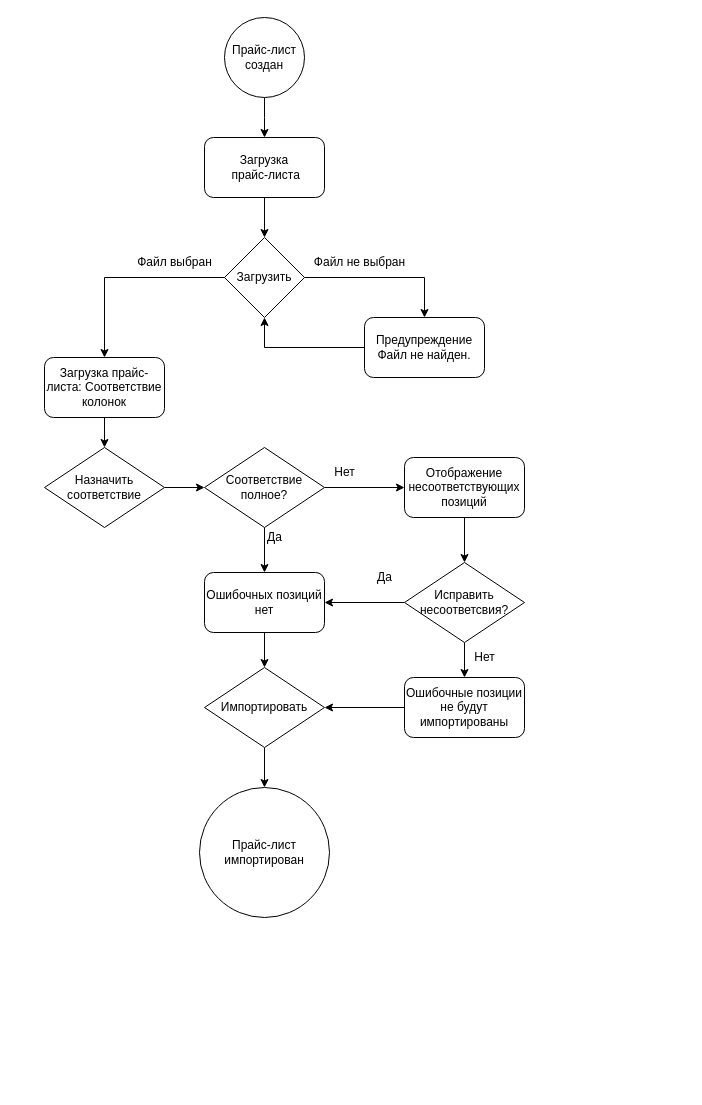
decrent/job4j_elementary keeps this draw.io diagram as Прайс-листы.drawio. Above is the earlier version. Source tidied: cells renumbered, new cells numbered last; positions are measured from the earlier drawing's top-left corner, leaving out a move shared by most shapes. Both pictures are drawn from the tidied source at 100%, with x=0, y=0 at pixel (44, 17).
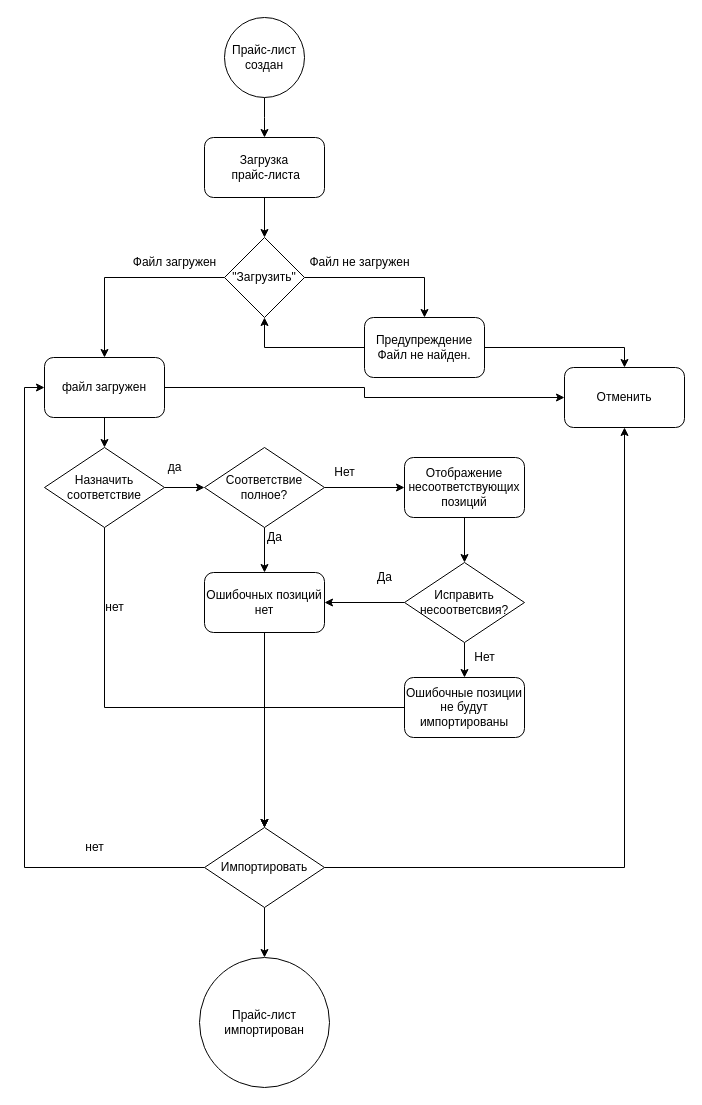
After the change.

Unchanged cells that the change refers to:
```xml
<mxCell id="15" value="Предупреждение Файл не найден." style="rounded=1;whiteSpace=wrap;html=1;" parent="1" vertex="1">
  <mxGeometry x="320" y="300" width="120" height="60" as="geometry" />
</mxCell>
<mxCell id="23" value="Назначить соответствие" style="rhombus;whiteSpace=wrap;html=1;" parent="1" vertex="1">
  <mxGeometry y="430" width="120" height="80" as="geometry" />
</mxCell>
<mxCell id="35" value="Ошибочные позиции не будут импортированы" style="rounded=1;whiteSpace=wrap;html=1;" parent="1" vertex="1">
  <mxGeometry x="360" y="660" width="120" height="60" as="geometry" />
</mxCell>
```

Diff of the diagram source:
```diff
@@
-    <mxCell id="8" value="Загрузить" style="rhombus;whiteSpace=wrap;html=1;" parent="1" vertex="1">
+    <mxCell id="8" value="&quot;Загрузить&quot;" style="rhombus;whiteSpace=wrap;html=1;" parent="1" vertex="1">
       <mxGeometry x="180" y="220" width="80" height="80" as="geometry" />
     </mxCell>
@@
+    <mxCell id="37" style="edgeStyle=orthogonalEdgeStyle;rounded=0;jettySize=auto;html=1;entryX=0;entryY=0.5;entryDx=0;entryDy=0;" parent="1" edge="1" source="11" target="45">
+      <mxGeometry relative="1" as="geometry" />
+    </mxCell>
-    <mxCell id="11" value="Загрузка прайс-листа: Соответствие колонок" style="rounded=1;whiteSpace=wrap;html=1;" parent="1" vertex="1">
+    <mxCell id="11" value="файл загружен" style="rounded=1;whiteSpace=wrap;html=1;" parent="1" vertex="1">
       <mxGeometry y="340" width="120" height="60" as="geometry" />
     </mxCell>
-    <mxCell id="12" value="Файл выбран" style="text;html=1;align=center;verticalAlign=middle;strokeColor=none;fillColor=none;" parent="1" vertex="1">
-      <mxGeometry x="80" y="230" width="100" height="30" as="geometry" />
+    <mxCell id="12" value="Файл загружен" style="text;html=1;align=center;verticalAlign=middle;strokeColor=none;fillColor=none;" parent="1" vertex="1">
+      <mxGeometry x="75" y="230" width="110" height="30" as="geometry" />
     </mxCell>
-    <mxCell id="13" value="Файл&amp;nbsp;не выбран" style="text;html=1;align=center;verticalAlign=middle;strokeColor=none;fillColor=none;" parent="1" vertex="1">
-      <mxGeometry x="260" y="230" width="110" height="30" as="geometry" />
+    <mxCell id="13" value="Файл&amp;nbsp;не загружен" style="text;html=1;align=center;verticalAlign=middle;strokeColor=none;fillColor=none;" parent="1" vertex="1">
+      <mxGeometry x="255" y="230" width="120" height="30" as="geometry" />
     </mxCell>
@@
+    <mxCell id="38" style="edgeStyle=orthogonalEdgeStyle;rounded=0;jettySize=auto;html=1;entryX=0.5;entryY=0;entryDx=0;entryDy=0;" parent="1" edge="1" source="15" target="45">
+      <mxGeometry relative="1" as="geometry" />
+    </mxCell>
@@
+    <mxCell id="39" style="edgeStyle=orthogonalEdgeStyle;rounded=0;jettySize=auto;html=1;exitX=0;exitY=0.5;exitDx=0;exitDy=0;entryX=0;entryY=0.5;entryDx=0;entryDy=0;" parent="1" edge="1" source="17" target="11">
+      <mxGeometry relative="1" as="geometry" />
+    </mxCell>
+    <mxCell id="40" style="edgeStyle=orthogonalEdgeStyle;rounded=0;jettySize=auto;html=1;entryX=0.5;entryY=1;entryDx=0;entryDy=0;" parent="1" edge="1" source="17" target="45">
+      <mxGeometry relative="1" as="geometry" />
+    </mxCell>
     <mxCell id="17" value="Импортировать" style="rhombus;whiteSpace=wrap;html=1;" parent="1" vertex="1">
-      <mxGeometry x="160" y="650" width="120" height="80" as="geometry" />
+      <mxGeometry x="160" y="810" width="120" height="80" as="geometry" />
     </mxCell>
     <mxCell id="18" value="&lt;div&gt;&lt;span style=&quot;font-weight: 400;&quot;&gt;Прайс-лист импортирован&lt;/span&gt;&lt;/div&gt;" style="ellipse;whiteSpace=wrap;html=1;" parent="1" vertex="1">
-      <mxGeometry x="155" y="770" width="130" height="130" as="geometry" />
+      <mxGeometry x="155" y="940" width="130" height="130" as="geometry" />
     </mxCell>
@@
+    <mxCell id="41" style="edgeStyle=orthogonalEdgeStyle;rounded=0;jettySize=auto;html=1;entryX=0.5;entryY=0;entryDx=0;entryDy=0;" parent="1" edge="1" source="23" target="17">
+      <mxGeometry relative="1" as="geometry">
+        <Array as="points">
+          <mxPoint x="60" y="690" />
+          <mxPoint x="220" y="690" />
+        </Array>
+      </mxGeometry>
+    </mxCell>
@@
-    <mxCell id="34" style="edgeStyle=orthogonalEdgeStyle;rounded=0;jettySize=auto;html=1;entryX=1;entryY=0.5;entryDx=0;entryDy=0;" parent="1" edge="1" source="35" target="17">
+    <mxCell id="34" style="edgeStyle=orthogonalEdgeStyle;rounded=0;jettySize=auto;html=1;entryX=0.5;entryY=0;entryDx=0;entryDy=0;" parent="1" edge="1" source="35" target="17">
       <mxGeometry relative="1" as="geometry" />
     </mxCell>
@@
+    <mxCell id="42" value="нет" style="text;html=1;align=center;verticalAlign=middle;strokeColor=none;fillColor=none;" parent="1" vertex="1">
+      <mxGeometry x="50" y="575" width="40" height="30" as="geometry" />
+    </mxCell>
+    <mxCell id="43" value="да" style="text;html=1;align=center;verticalAlign=middle;strokeColor=none;fillColor=none;" parent="1" vertex="1">
+      <mxGeometry x="110" y="435" width="40" height="30" as="geometry" />
+    </mxCell>
+    <mxCell id="44" value="нет" style="text;html=1;align=center;verticalAlign=middle;strokeColor=none;fillColor=none;" parent="1" vertex="1">
+      <mxGeometry x="30" y="815" width="40" height="30" as="geometry" />
+    </mxCell>
+    <mxCell id="45" value="Отменить" style="rounded=1;whiteSpace=wrap;html=1;" parent="1" vertex="1">
+      <mxGeometry x="520" y="350" width="120" height="60" as="geometry" />
+    </mxCell>
```
